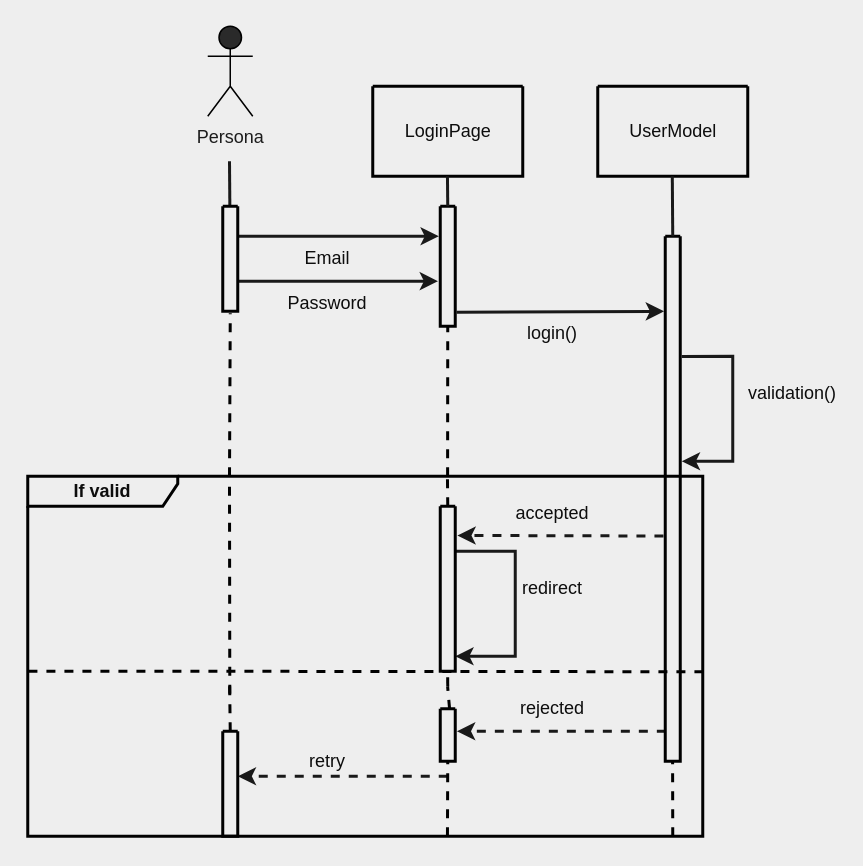
The draw.io diagram doc/LoginSeq.drawio in 446f6e6e79/ConfiguratoreAuto, before the edit. Source tidied: cells renumbered, new cells numbered last; positions are measured from the earlier drawing's top-left corner, leaving out a move shared by most shapes. Both pictures are drawn from the tidied source at 150%, with x=0, y=0 at pixel (27, 26).
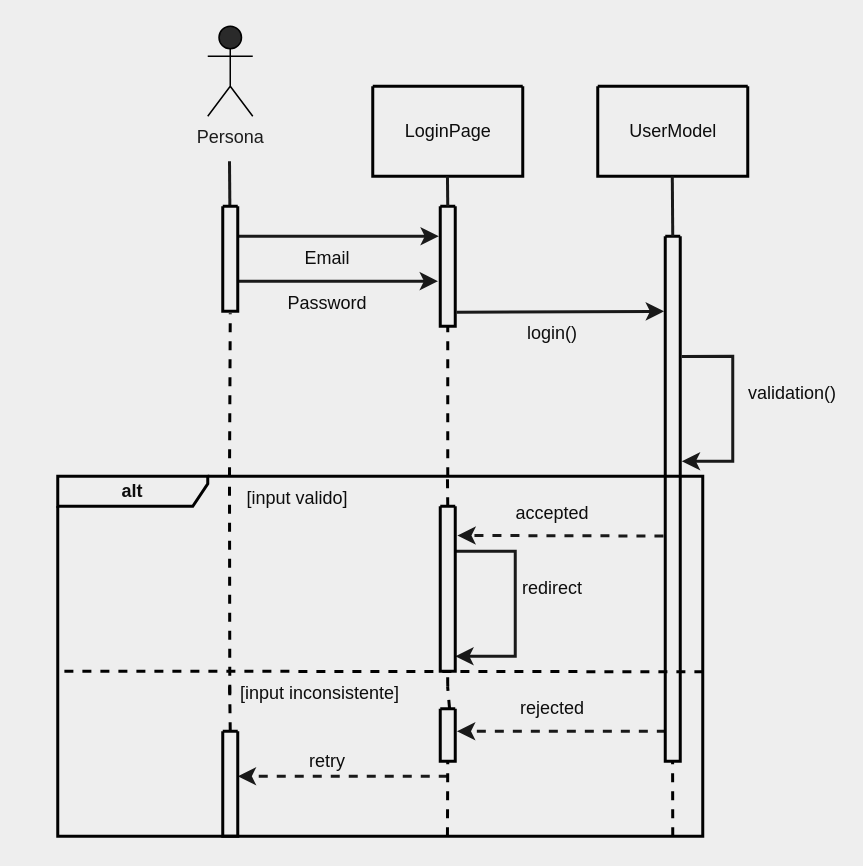
After the change.

The change refers to these unchanged cells:
```xml
<mxCell id="26" style="swimlane;startSize=0;labelBackgroundColor=none;strokeColor=#000000;strokeWidth=2;fontColor=#0D0D0D;fillColor=#2A2A2A;" parent="1" vertex="1">
  <mxGeometry x="275" y="120" width="10" height="80" as="geometry" />
</mxCell>
```

Change to the diagram source:
```diff
@@
-    <mxCell id="2" value="&lt;b&gt;If valid&lt;/b&gt;" style="shape=umlFrame;whiteSpace=wrap;html=1;labelBackgroundColor=none;strokeColor=#000000;strokeWidth=2;fontColor=#0D0D0D;fillColor=none;width=100;height=20;" parent="1" vertex="1">
-      <mxGeometry y="300" width="450" height="240" as="geometry" />
+    <mxCell id="2" value="&lt;b&gt;alt&lt;/b&gt;" style="shape=umlFrame;whiteSpace=wrap;html=1;labelBackgroundColor=none;strokeColor=#000000;strokeWidth=2;fontColor=#0D0D0D;fillColor=none;width=100;height=20;" parent="1" vertex="1">
+      <mxGeometry x="20" y="300" width="430" height="240" as="geometry" />
     </mxCell>
@@
-    <mxCell id="30" style="endArrow=none;dashed=1;html=1;rounded=0;entryX=0.5;entryY=1;entryDx=0;entryDy=0;exitX=0.622;exitY=0;exitDx=0;exitDy=0;exitPerimeter=0;strokeWidth=2;strokeColor=#000000;" parent="1" edge="1" source="2" target="26">
-      <mxGeometry relative="1" as="geometry" />
+    <mxCell id="30" style="endArrow=none;dashed=1;html=1;rounded=0;entryX=0.5;entryY=1;entryDx=0;entryDy=0;strokeWidth=2;strokeColor=#000000;" parent="1" edge="1" target="26">
+      <mxGeometry relative="1" as="geometry">
+        <mxPoint x="280" y="300" as="sourcePoint" />
+      </mxGeometry>
     </mxCell>
@@
+    <mxCell id="44" value="[input valido]" style="text;html=1;strokeColor=none;fillColor=none;align=center;verticalAlign=middle;whiteSpace=wrap;rounded=0;labelBackgroundColor=none;strokeWidth=2;fontColor=#0D0D0D;" parent="1" vertex="1">
+      <mxGeometry x="130" y="300" width="100" height="30" as="geometry" />
+    </mxCell>
+    <mxCell id="45" value="[input inconsistente]" style="text;html=1;strokeColor=none;fillColor=none;align=center;verticalAlign=middle;whiteSpace=wrap;rounded=0;labelBackgroundColor=none;strokeWidth=2;fontColor=#0D0D0D;" parent="1" vertex="1">
+      <mxGeometry x="130" y="430" width="130" height="30" as="geometry" />
+    </mxCell>
```
